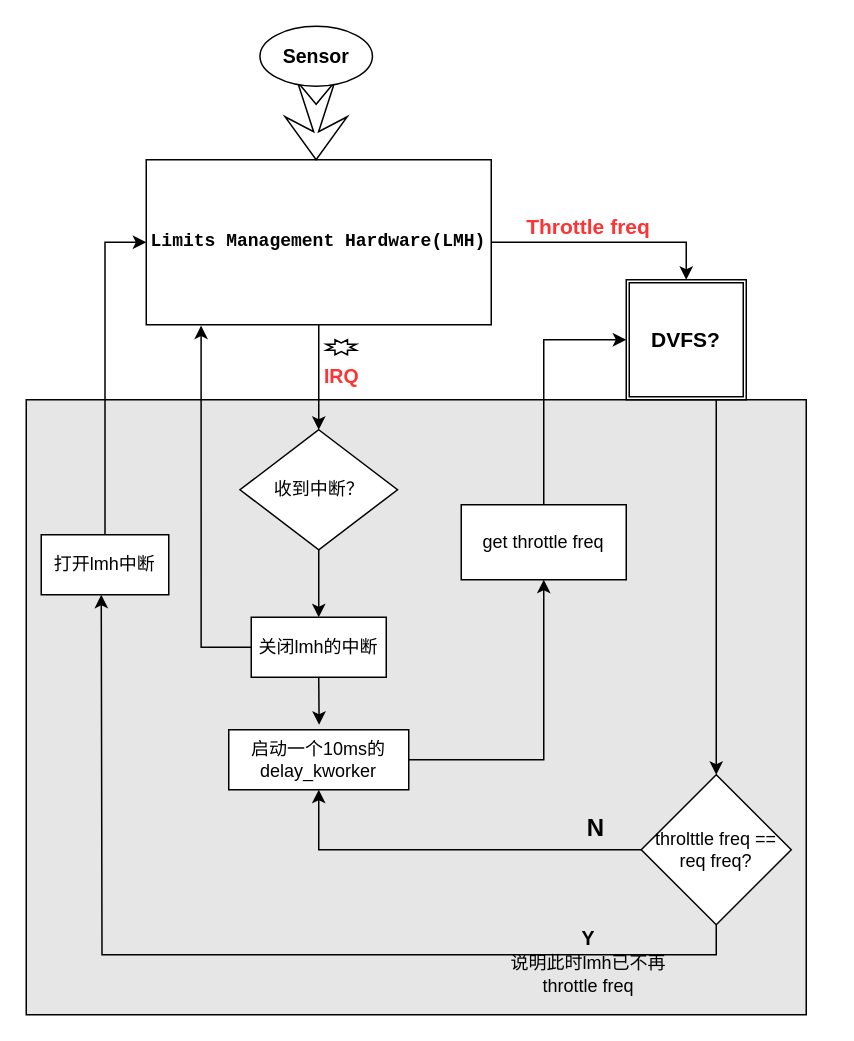
The draw.io diagram lmh.drawio in xw-yan/draw-io, before the edit. Source tidied: cells renumbered, new cells numbered last; positions are measured from the earlier drawing's top-left corner, leaving out a move shared by most shapes. Both pictures are drawn from the tidied source at 150%, with x=0, y=0 at pixel (26, 26).
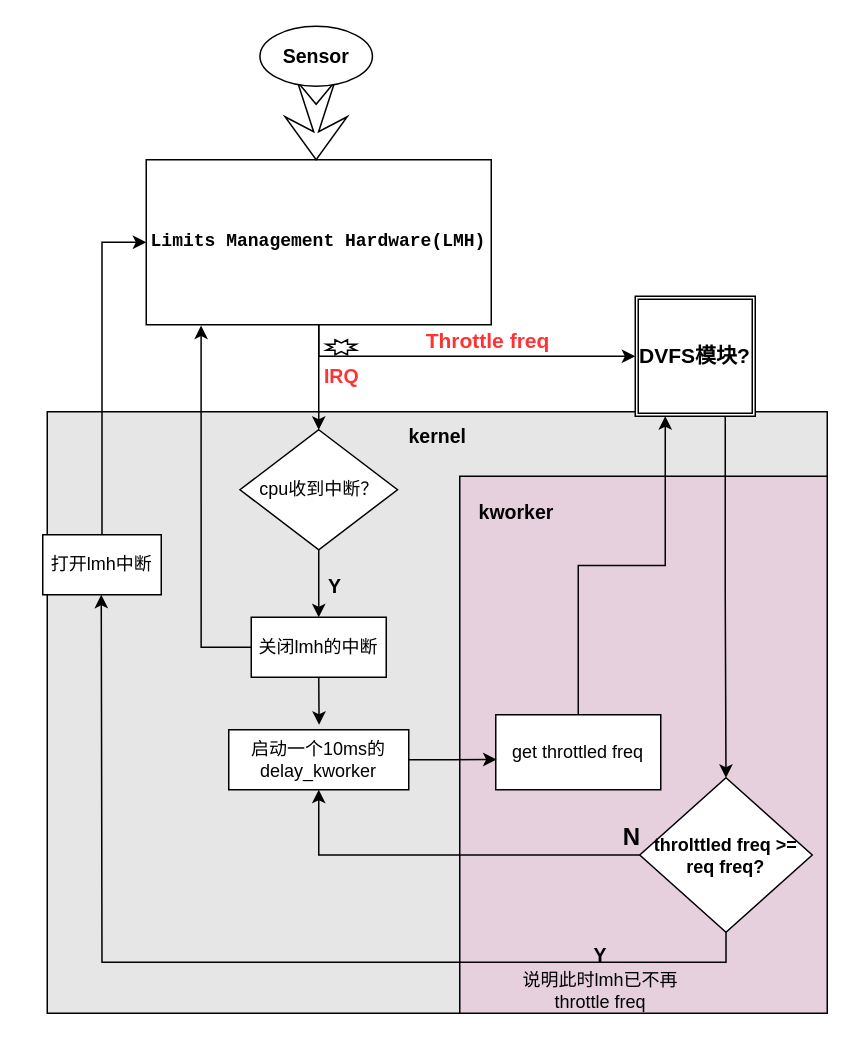
The same page after the edit.

Unchanged cells that the change refers to:
```xml
<mxCell id="5" value="&lt;pre style=&quot;overflow: visible; text-align: start; background-color: rgb(255, 255, 255);&quot;&gt;Limits Management Hardware(LMH)&lt;/pre&gt;" style="rounded=0;whiteSpace=wrap;html=1;strokeWidth=1;fontStyle=1;" parent="1" vertex="1">
  <mxGeometry x="80" y="89" width="230" height="110" as="geometry" />
</mxCell>
<mxCell id="15" value="启动一个10ms的delay_kworker" style="whiteSpace=wrap;html=1;" parent="1" vertex="1">
  <mxGeometry x="135" y="469" width="120" height="40" as="geometry" />
</mxCell>
```

Change to the diagram source:
```diff
@@
     <mxCell id="2" style="rounded=0;whiteSpace=wrap;html=1;fillColor=#E6E6E6;" parent="1" vertex="1">
-      <mxGeometry y="249" width="520" height="410" as="geometry" />
+      <mxGeometry x="14" y="257" width="520" height="401" as="geometry" />
     </mxCell>
+    <mxCell id="28" style="rounded=0;whiteSpace=wrap;html=1;fillColor=#E6D0DE;" parent="1" vertex="1">
+      <mxGeometry x="289" y="300" width="245" height="358" as="geometry" />
+    </mxCell>
@@
-    <mxCell id="4" style="edgeStyle=orthogonalEdgeStyle;rounded=0;jettySize=auto;html=1;entryX=0.5;entryY=0;entryDx=0;entryDy=0;" parent="1" edge="1" source="5" target="10">
+    <mxCell id="4" style="edgeStyle=orthogonalEdgeStyle;rounded=0;jettySize=auto;html=1;exitX=0.5;exitY=1;exitDx=0;exitDy=0;entryX=0;entryY=0.5;entryDx=0;entryDy=0;" parent="1" edge="1" source="5" target="10">
       <mxGeometry relative="1" as="geometry" />
     </mxCell>
@@
-    <mxCell id="10" value="DVFS?" style="shape=ext;double=1;whiteSpace=wrap;html=1;fontStyle=1;fontSize=14;" parent="1" vertex="1">
-      <mxGeometry x="400" y="169" width="80" height="80" as="geometry" />
+    <mxCell id="10" value="DVFS模块?" style="shape=ext;double=1;whiteSpace=wrap;html=1;fontStyle=1;fontSize=14;" parent="1" vertex="1">
+      <mxGeometry x="406" y="180" width="80" height="80" as="geometry" />
     </mxCell>
@@
-    <mxCell id="12" value="收到中断？" style="rhombus;whiteSpace=wrap;html=1;" parent="1" vertex="1">
+    <mxCell id="12" value="cpu收到中断？" style="rhombus;whiteSpace=wrap;html=1;" parent="1" vertex="1">
       <mxGeometry x="142.5" y="269" width="105" height="80" as="geometry" />
     </mxCell>
     <mxCell id="13" value="Throttle freq" style="text;html=1;align=center;verticalAlign=middle;whiteSpace=wrap;rounded=0;fontStyle=1;fontColor=#FF3333;fontSize=14;" parent="1" vertex="1">
-      <mxGeometry x="330" y="119" width="90" height="30" as="geometry" />
+      <mxGeometry x="263" y="195" width="90" height="30" as="geometry" />
     </mxCell>
-    <mxCell id="14" style="edgeStyle=orthogonalEdgeStyle;rounded=0;jettySize=auto;html=1;exitX=1;exitY=0.5;exitDx=0;exitDy=0;entryX=0.5;entryY=1;entryDx=0;entryDy=0;" parent="1" edge="1" source="15" target="20">
-      <mxGeometry relative="1" as="geometry" />
-    </mxCell>
@@
-    <mxCell id="18" value="throlttle freq == req freq?" style="rhombus;whiteSpace=wrap;html=1;" parent="1" vertex="1">
-      <mxGeometry x="410" y="499" width="100" height="100" as="geometry" />
+    <mxCell id="18" value="throlttled freq &amp;gt;= req freq?" style="rhombus;whiteSpace=wrap;html=1;fontStyle=1;" parent="1" vertex="1">
+      <mxGeometry x="409" y="501" width="115" height="103" as="geometry" />
     </mxCell>
-    <mxCell id="19" style="edgeStyle=orthogonalEdgeStyle;rounded=0;jettySize=auto;html=1;exitX=0.5;exitY=0;exitDx=0;exitDy=0;entryX=0;entryY=0.5;entryDx=0;entryDy=0;" parent="1" edge="1" source="20" target="10">
+    <mxCell id="19" style="edgeStyle=orthogonalEdgeStyle;rounded=0;jettySize=auto;html=1;exitX=0.5;exitY=0;exitDx=0;exitDy=0;entryX=0.25;entryY=1;entryDx=0;entryDy=0;" parent="1" edge="1" source="20" target="10">
       <mxGeometry relative="1" as="geometry" />
     </mxCell>
-    <mxCell id="20" value="get throttle freq" style="rounded=0;whiteSpace=wrap;html=1;" parent="1" vertex="1">
-      <mxGeometry x="290" y="319" width="110" height="50" as="geometry" />
+    <mxCell id="20" value="get throttled freq" style="rounded=0;whiteSpace=wrap;html=1;" parent="1" vertex="1">
+      <mxGeometry x="313" y="459" width="110" height="50" as="geometry" />
     </mxCell>
@@
     <mxCell id="22" value="N" style="text;html=1;align=center;verticalAlign=middle;whiteSpace=wrap;rounded=0;fontStyle=1;fontSize=16;" parent="1" vertex="1">
-      <mxGeometry x="350" y="519" width="60" height="30" as="geometry" />
+      <mxGeometry x="374" y="525" width="60" height="30" as="geometry" />
     </mxCell>
@@
     <mxCell id="25" value="打开lmh中断" style="rounded=0;whiteSpace=wrap;html=1;" parent="1" vertex="1">
-      <mxGeometry x="10" y="339" width="85" height="40" as="geometry" />
+      <mxGeometry x="11" y="339" width="79" height="40" as="geometry" />
     </mxCell>
     <mxCell id="26" value="Y&lt;div style=&quot;&quot;&gt;&lt;span style=&quot;font-weight: normal;&quot;&gt;&lt;font style=&quot;font-size: 12px;&quot;&gt;说明此时lmh已不再throttle freq&lt;/font&gt;&lt;/span&gt;&lt;/div&gt;" style="text;html=1;align=center;verticalAlign=middle;whiteSpace=wrap;rounded=0;fontStyle=1;fontSize=13;" parent="1" vertex="1">
-      <mxGeometry x="310" y="609" width="130" height="30" as="geometry" />
+      <mxGeometry x="318" y="620" width="130" height="30" as="geometry" />
     </mxCell>
@@
+    <mxCell id="29" value="Y" style="text;html=1;align=center;verticalAlign=middle;whiteSpace=wrap;rounded=0;fontSize=13;fontStyle=1;" parent="1" vertex="1">
+      <mxGeometry x="176" y="358" width="60" height="30" as="geometry" />
+    </mxCell>
+    <mxCell id="30" value="kworker" style="text;html=1;align=center;verticalAlign=middle;whiteSpace=wrap;rounded=0;fontStyle=1;fontSize=13;" parent="1" vertex="1">
+      <mxGeometry x="297" y="309" width="60" height="30" as="geometry" />
+    </mxCell>
+    <mxCell id="14" style="edgeStyle=orthogonalEdgeStyle;rounded=0;jettySize=auto;html=1;exitX=1;exitY=0.5;exitDx=0;exitDy=0;entryX=0.005;entryY=0.596;entryDx=0;entryDy=0;entryPerimeter=0;" parent="1" edge="1" source="15" target="20">
+      <mxGeometry relative="1" as="geometry" />
+    </mxCell>
+    <mxCell id="31" value="kernel" style="text;html=1;align=center;verticalAlign=middle;whiteSpace=wrap;rounded=0;fontStyle=1;fontSize=13;" parent="1" vertex="1">
+      <mxGeometry x="225.5" y="257" width="97" height="31" as="geometry" />
+    </mxCell>
```
